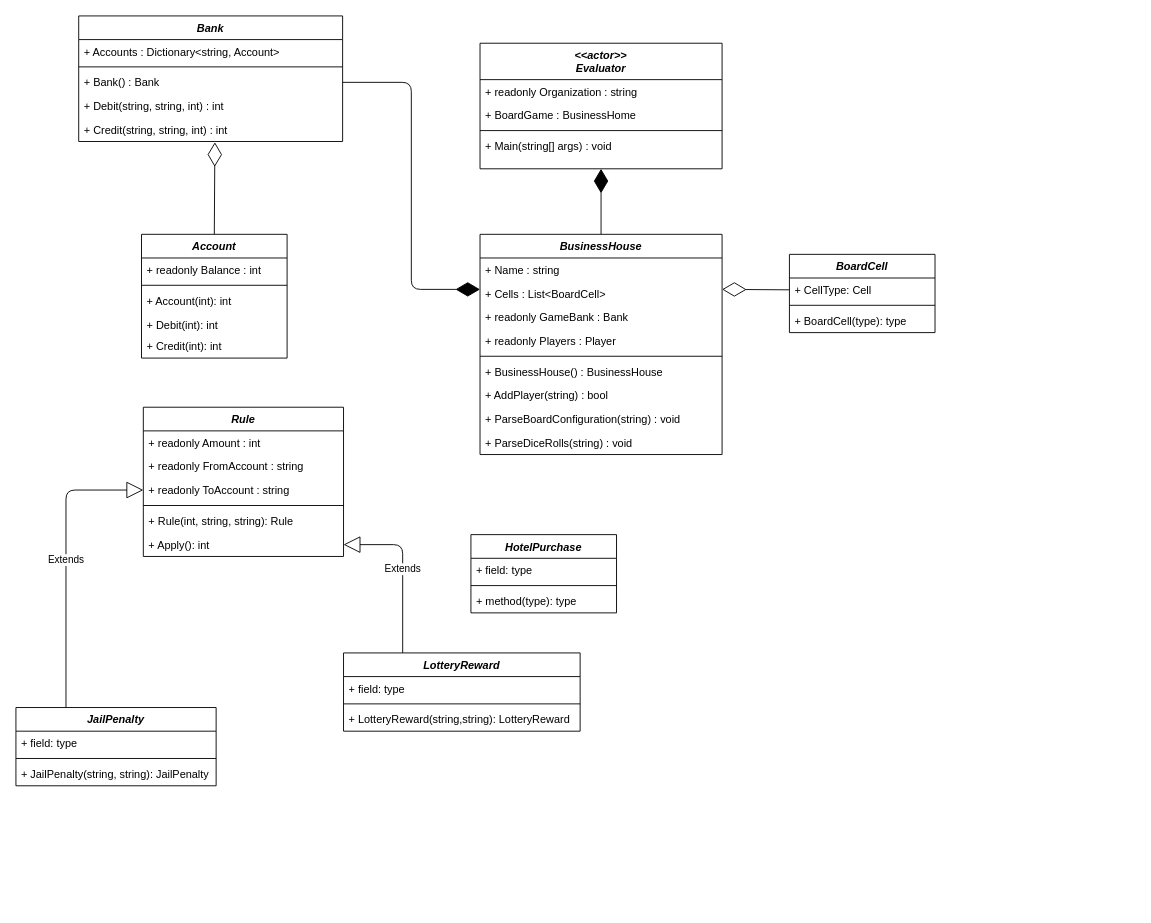
ksivasenthil/boardgame keeps this draw.io diagram as design/boardgame-logicalview.drawio. Above is the earlier version. Source tidied: cells renumbered, new cells numbered last; positions are measured from the earlier drawing's top-left corner, leaving out a move shared by most shapes. Both pictures are drawn from the tidied source at 91%, with x=0, y=0 at pixel (15, 15).
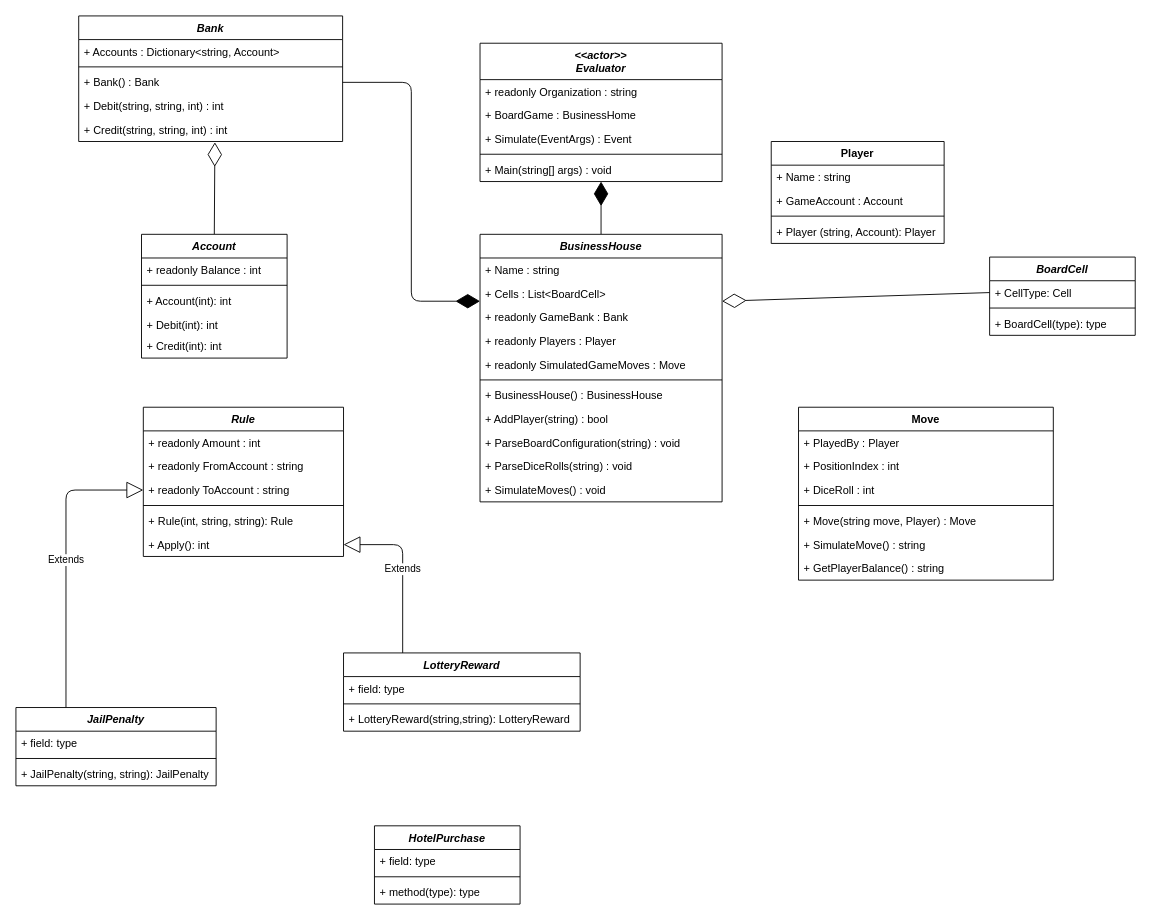
After the change.

Commit message:
added event to evaluator and added game moves

Diff of the diagram source:
```diff
@@
     <mxCell id="3" value="&lt;&lt;actor&gt;&gt;&#10;Evaluator" style="swimlane;fontStyle=3;align=center;verticalAlign=top;horizontal=1;startSize=40;rounded=0;shadow=0;strokeWidth=1;" parent="1" vertex="1">
-      <mxGeometry x="510" y="30" width="266" height="138" as="geometry" />
+      <mxGeometry x="510" y="30" width="266" height="152" as="geometry" />
     </mxCell>
@@
+    <mxCell id="58" value="+ Simulate(EventArgs) : Event" style="text;align=left;verticalAlign=top;spacingLeft=4;spacingRight=4;overflow=hidden;rounded=0;shadow=0;html=0;" parent="3" vertex="1">
+      <mxGeometry y="92" width="266" height="26" as="geometry" />
+    </mxCell>
     <mxCell id="6" style="line;html=1;strokeWidth=1;align=left;verticalAlign=middle;spacingTop=-1;spacingLeft=3;spacingRight=3;labelPosition=right;" parent="3" vertex="1">
-      <mxGeometry y="92" width="266" height="8" as="geometry" />
+      <mxGeometry y="118" width="266" height="8" as="geometry" />
     </mxCell>
     <mxCell id="7" value="+ Main(string[] args) : void" style="text;align=left;verticalAlign=top;spacingLeft=4;spacingRight=4;overflow=hidden;" parent="3" vertex="1">
-      <mxGeometry y="100" width="266" height="26" as="geometry" />
+      <mxGeometry y="126" width="266" height="26" as="geometry" />
     </mxCell>
     <mxCell id="8" value="BusinessHouse" style="swimlane;fontStyle=3;align=center;verticalAlign=top;horizontal=1;startSize=26;rounded=0;shadow=0;strokeWidth=1;" parent="1" vertex="1">
-      <mxGeometry x="510" y="240" width="266" height="242" as="geometry" />
+      <mxGeometry x="510" y="240" width="266" height="294" as="geometry" />
     </mxCell>
@@
+    <mxCell id="59" value="+ readonly SimulatedGameMoves : Move" style="text;align=left;verticalAlign=top;spacingLeft=4;spacingRight=4;overflow=hidden;rounded=0;shadow=0;html=0;" parent="8" vertex="1">
+      <mxGeometry y="130" width="266" height="26" as="geometry" />
+    </mxCell>
     <mxCell id="13" style="line;strokeWidth=1;fillColor=none;align=left;verticalAlign=middle;spacingTop=-1;spacingLeft=3;spacingRight=3;labelPosition=right;" parent="8" vertex="1">
-      <mxGeometry y="130" width="266" height="8" as="geometry" />
+      <mxGeometry y="156" width="266" height="8" as="geometry" />
     </mxCell>
     <mxCell id="14" value="+ BusinessHouse() : BusinessHouse" style="text;align=left;verticalAlign=top;spacingLeft=4;spacingRight=4;overflow=hidden;rounded=0;shadow=0;html=0;" parent="8" vertex="1">
-      <mxGeometry y="138" width="266" height="26" as="geometry" />
+      <mxGeometry y="164" width="266" height="26" as="geometry" />
     </mxCell>
     <mxCell id="15" value="+ AddPlayer(string) : bool" style="text;align=left;verticalAlign=top;spacingLeft=4;spacingRight=4;overflow=hidden;rounded=0;shadow=0;html=0;" parent="8" vertex="1">
-      <mxGeometry y="164" width="266" height="26" as="geometry" />
+      <mxGeometry y="190" width="266" height="26" as="geometry" />
     </mxCell>
     <mxCell id="16" value="+ ParseBoardConfiguration(string) : void" style="text;align=left;verticalAlign=top;spacingLeft=4;spacingRight=4;overflow=hidden;rounded=0;shadow=0;html=0;" parent="8" vertex="1">
-      <mxGeometry y="190" width="266" height="26" as="geometry" />
+      <mxGeometry y="216" width="266" height="26" as="geometry" />
     </mxCell>
     <mxCell id="17" value="+ ParseDiceRolls(string) : void" style="text;align=left;verticalAlign=top;spacingLeft=4;spacingRight=4;overflow=hidden;rounded=0;shadow=0;html=0;" parent="8" vertex="1">
-      <mxGeometry y="216" width="266" height="26" as="geometry" />
+      <mxGeometry y="242" width="266" height="26" as="geometry" />
     </mxCell>
+    <mxCell id="60" value="+ SimulateMoves() : void" style="text;align=left;verticalAlign=top;spacingLeft=4;spacingRight=4;overflow=hidden;rounded=0;shadow=0;html=0;" parent="8" vertex="1">
+      <mxGeometry y="268" width="266" height="26" as="geometry" />
+    </mxCell>
@@
+    <mxCell id="54" value="BoardCell" style="swimlane;fontStyle=3;align=center;verticalAlign=top;horizontal=1;startSize=26;" parent="1" vertex="1">
+      <mxGeometry x="1070" y="265" width="160" height="86" as="geometry" />
+    </mxCell>
+    <mxCell id="55" value="+ CellType: Cell" style="text;strokeColor=none;fillColor=none;align=left;verticalAlign=top;spacingLeft=4;spacingRight=4;overflow=hidden;points=[[0,0.5],[1,0.5]];portConstraint=eastwest;" parent="54" vertex="1">
+      <mxGeometry y="26" width="160" height="26" as="geometry" />
+    </mxCell>
+    <mxCell id="56" style="line;strokeWidth=1;fillColor=none;align=left;verticalAlign=middle;spacingTop=-1;spacingLeft=3;spacingRight=3;labelPosition=right;" parent="54" vertex="1">
+      <mxGeometry y="52" width="160" height="8" as="geometry" />
+    </mxCell>
+    <mxCell id="57" value="+ BoardCell(type): type" style="text;strokeColor=none;fillColor=none;align=left;verticalAlign=top;spacingLeft=4;spacingRight=4;overflow=hidden;" parent="54" vertex="1">
+      <mxGeometry y="60" width="160" height="26" as="geometry" />
+    </mxCell>
     <mxCell id="50" value="HotelPurchase" style="swimlane;fontStyle=3;align=center;verticalAlign=top;horizontal=1;startSize=26;" parent="1" vertex="1">
-      <mxGeometry x="500" y="570" width="160" height="86" as="geometry" />
+      <mxGeometry x="394" y="890" width="160" height="86" as="geometry" />
     </mxCell>
@@
-    <mxCell id="54" value="BoardCell" style="swimlane;fontStyle=3;align=center;verticalAlign=top;horizontal=1;startSize=26;" parent="1" vertex="1">
-      <mxGeometry x="850" y="262" width="160" height="86" as="geometry" />
-    </mxCell>
-    <mxCell id="55" value="+ CellType: Cell" style="text;strokeColor=none;fillColor=none;align=left;verticalAlign=top;spacingLeft=4;spacingRight=4;overflow=hidden;points=[[0,0.5],[1,0.5]];portConstraint=eastwest;" parent="54" vertex="1">
-      <mxGeometry y="26" width="160" height="26" as="geometry" />
-    </mxCell>
-    <mxCell id="56" style="line;strokeWidth=1;fillColor=none;align=left;verticalAlign=middle;spacingTop=-1;spacingLeft=3;spacingRight=3;labelPosition=right;" parent="54" vertex="1">
-      <mxGeometry y="52" width="160" height="8" as="geometry" />
-    </mxCell>
-    <mxCell id="57" value="+ BoardCell(type): type" style="text;strokeColor=none;fillColor=none;align=left;verticalAlign=top;spacingLeft=4;spacingRight=4;overflow=hidden;" parent="54" vertex="1">
-      <mxGeometry y="60" width="160" height="26" as="geometry" />
-    </mxCell>
+    <mxCell id="61" value="Move" style="swimlane;fontStyle=1;align=center;verticalAlign=top;horizontal=1;startSize=26;" parent="1" vertex="1">
+      <mxGeometry x="860" y="430" width="280" height="190" as="geometry" />
+    </mxCell>
+    <mxCell id="62" value="+ PlayedBy : Player" style="text;strokeColor=none;fillColor=none;align=left;verticalAlign=top;spacingLeft=4;spacingRight=4;overflow=hidden;" parent="61" vertex="1">
+      <mxGeometry y="26" width="280" height="26" as="geometry" />
+    </mxCell>
+    <mxCell id="63" value="+ PositionIndex : int" style="text;strokeColor=none;fillColor=none;align=left;verticalAlign=top;spacingLeft=4;spacingRight=4;overflow=hidden;" parent="61" vertex="1">
+      <mxGeometry y="52" width="280" height="26" as="geometry" />
+    </mxCell>
+    <mxCell id="64" value="+ DiceRoll : int" style="text;strokeColor=none;fillColor=none;align=left;verticalAlign=top;spacingLeft=4;spacingRight=4;overflow=hidden;" parent="61" vertex="1">
+      <mxGeometry y="78" width="280" height="26" as="geometry" />
+    </mxCell>
+    <mxCell id="65" style="line;strokeWidth=1;fillColor=none;align=left;verticalAlign=middle;spacingTop=-1;spacingLeft=3;spacingRight=3;labelPosition=right;" parent="61" vertex="1">
+      <mxGeometry y="104" width="280" height="8" as="geometry" />
+    </mxCell>
+    <mxCell id="66" value="+ Move(string move, Player) : Move" style="text;strokeColor=none;fillColor=none;align=left;verticalAlign=top;spacingLeft=4;spacingRight=4;overflow=hidden;" parent="61" vertex="1">
+      <mxGeometry y="112" width="280" height="26" as="geometry" />
+    </mxCell>
+    <mxCell id="67" value="+ SimulateMove() : string" style="text;strokeColor=none;fillColor=none;align=left;verticalAlign=top;spacingLeft=4;spacingRight=4;overflow=hidden;" parent="61" vertex="1">
+      <mxGeometry y="138" width="280" height="26" as="geometry" />
+    </mxCell>
+    <mxCell id="68" value="+ GetPlayerBalance() : string" style="text;strokeColor=none;fillColor=none;align=left;verticalAlign=top;spacingLeft=4;spacingRight=4;overflow=hidden;" parent="61" vertex="1">
+      <mxGeometry y="164" width="280" height="26" as="geometry" />
+    </mxCell>
+    <mxCell id="69" value="Player" style="swimlane;fontStyle=1;align=center;verticalAlign=top;horizontal=1;startSize=26;" parent="1" vertex="1">
+      <mxGeometry x="830" y="138" width="190" height="112" as="geometry" />
+    </mxCell>
+    <mxCell id="70" value="+ Name : string" style="text;strokeColor=none;fillColor=none;align=left;verticalAlign=top;spacingLeft=4;spacingRight=4;overflow=hidden;" parent="69" vertex="1">
+      <mxGeometry y="26" width="190" height="26" as="geometry" />
+    </mxCell>
+    <mxCell id="71" value="+ GameAccount : Account" style="text;strokeColor=none;fillColor=none;align=left;verticalAlign=top;spacingLeft=4;spacingRight=4;overflow=hidden;" parent="69" vertex="1">
+      <mxGeometry y="52" width="190" height="26" as="geometry" />
+    </mxCell>
+    <mxCell id="72" style="line;strokeWidth=1;fillColor=none;align=left;verticalAlign=middle;spacingTop=-1;spacingLeft=3;spacingRight=3;labelPosition=right;" parent="69" vertex="1">
+      <mxGeometry y="78" width="190" height="8" as="geometry" />
+    </mxCell>
+    <mxCell id="73" value="+ Player (string, Account): Player" style="text;strokeColor=none;fillColor=none;align=left;verticalAlign=top;spacingLeft=4;spacingRight=4;overflow=hidden;" parent="69" vertex="1">
+      <mxGeometry y="86" width="190" height="26" as="geometry" />
+    </mxCell>
```
